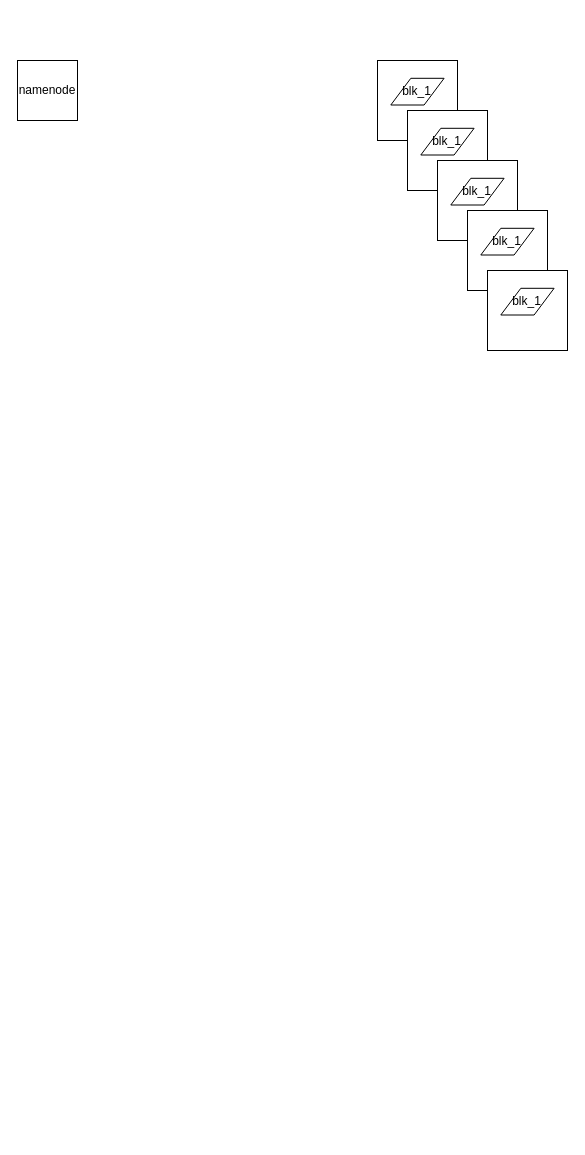
Earlier version of the draw.io diagram dir2/EC-blk-error.drawio (liangrui1988/diagrams). Source tidied: cells renumbered, new cells numbered last; positions are measured from the earlier drawing's top-left corner, leaving out a move shared by most shapes. Both pictures are drawn from the tidied source at 100%, with x=0, y=0 at pixel (17, 60).
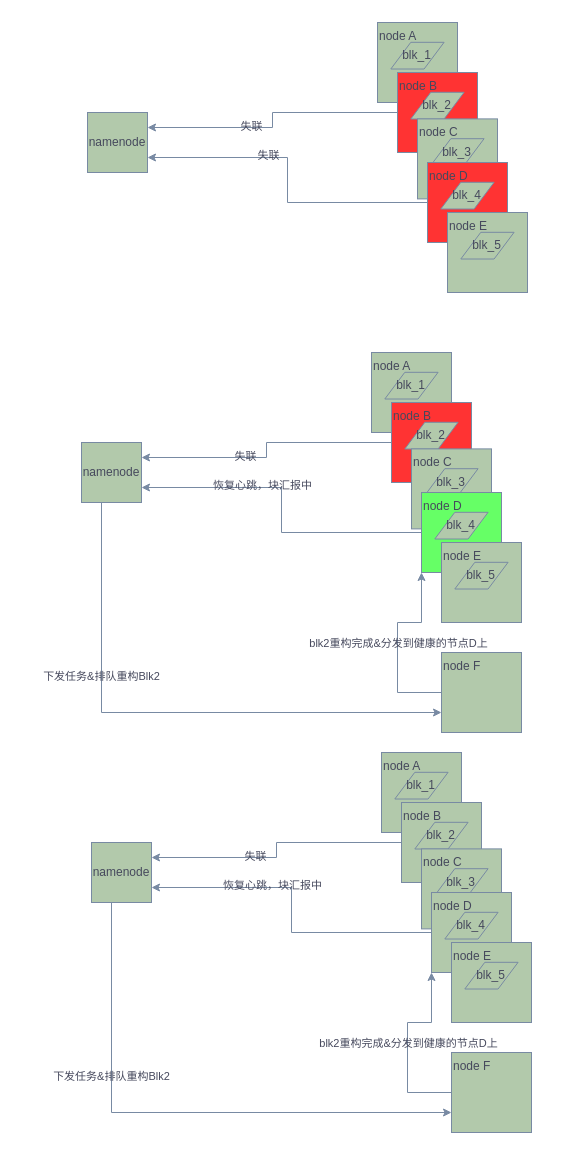
The same diagram, later.

What changed in the source:
```diff
@@
-    <mxCell id="2" style="group;" parent="1" vertex="1">
-      <mxGeometry x="360" width="80" height="80" as="geometry" />
+    <mxCell id="2" style="group;labelBackgroundColor=none;fontColor=#46495D;" parent="1" vertex="1">
+      <mxGeometry x="360" y="-38" width="80" height="80" as="geometry" />
     </mxCell>
-    <mxCell id="3" style="whiteSpace=wrap;html=1;" parent="2" vertex="1">
+    <mxCell id="3" value="&lt;p style=&quot;&quot;&gt;node A&lt;/p&gt;&lt;p style=&quot;&quot;&gt;&lt;br&gt;&lt;/p&gt;&lt;p style=&quot;&quot;&gt;&lt;br&gt;&lt;/p&gt;" style="whiteSpace=wrap;html=1;align=left;labelBackgroundColor=none;fillColor=#B2C9AB;strokeColor=#788AA3;fontColor=#46495D;" parent="2" vertex="1">
       <mxGeometry width="80" height="80" as="geometry" />
     </mxCell>
-    <mxCell id="4" value="blk_1" style="shape=parallelogram;perimeter=parallelogramPerimeter;whiteSpace=wrap;html=1;fixedSize=1;" parent="2" vertex="1">
-      <mxGeometry x="13.3" y="17.8" width="53.3" height="26.7" as="geometry" />
+    <mxCell id="4" value="blk_1" style="shape=parallelogram;perimeter=parallelogramPerimeter;whiteSpace=wrap;html=1;fixedSize=1;labelBackgroundColor=none;fillColor=#B2C9AB;strokeColor=#788AA3;fontColor=#46495D;" parent="2" vertex="1">
+      <mxGeometry x="13.3" y="19.8" width="53.3" height="26.7" as="geometry" />
     </mxCell>
-    <mxCell id="5" style="group;fillColor=#F85402;strokeColor=#b85450;" parent="1" vertex="1">
-      <mxGeometry x="390" y="50" width="80" height="80" as="geometry" />
-    </mxCell>
-    <mxCell id="6" style="whiteSpace=wrap;html=1;" parent="5" vertex="1">
-      <mxGeometry width="80" height="80" as="geometry" />
-    </mxCell>
-    <mxCell id="7" value="blk_1" style="shape=parallelogram;perimeter=parallelogramPerimeter;whiteSpace=wrap;html=1;fixedSize=1;" parent="5" vertex="1">
-      <mxGeometry x="13.3" y="17.8" width="53.3" height="26.7" as="geometry" />
-    </mxCell>
-    <mxCell id="8" style="group;" parent="1" vertex="1">
-      <mxGeometry x="420" y="100" width="80" height="80" as="geometry" />
-    </mxCell>
-    <mxCell id="9" style="whiteSpace=wrap;html=1;" parent="8" vertex="1">
-      <mxGeometry width="80" height="80" as="geometry" />
-    </mxCell>
-    <mxCell id="10" value="blk_1" style="shape=parallelogram;perimeter=parallelogramPerimeter;whiteSpace=wrap;html=1;fixedSize=1;" parent="8" vertex="1">
-      <mxGeometry x="13.3" y="17.8" width="53.3" height="26.7" as="geometry" />
-    </mxCell>
-    <mxCell id="11" style="group;" parent="1" vertex="1">
-      <mxGeometry x="450" y="150" width="80" height="80" as="geometry" />
-    </mxCell>
-    <mxCell id="12" style="whiteSpace=wrap;html=1;" parent="11" vertex="1">
-      <mxGeometry width="80" height="80" as="geometry" />
-    </mxCell>
-    <mxCell id="13" value="blk_1" style="shape=parallelogram;perimeter=parallelogramPerimeter;whiteSpace=wrap;html=1;fixedSize=1;" parent="11" vertex="1">
-      <mxGeometry x="13.3" y="17.8" width="53.3" height="26.7" as="geometry" />
-    </mxCell>
-    <mxCell id="14" style="group;" parent="1" vertex="1">
-      <mxGeometry x="470" y="210" width="80" height="80" as="geometry" />
-    </mxCell>
-    <mxCell id="15" style="whiteSpace=wrap;html=1;" parent="14" vertex="1">
-      <mxGeometry width="80" height="80" as="geometry" />
-    </mxCell>
-    <mxCell id="16" value="blk_1" style="shape=parallelogram;perimeter=parallelogramPerimeter;whiteSpace=wrap;html=1;fixedSize=1;" parent="14" vertex="1">
-      <mxGeometry x="13.3" y="17.8" width="53.3" height="26.7" as="geometry" />
-    </mxCell>
-    <mxCell id="17" value="namenode" style="whiteSpace=wrap;html=1;" parent="1" vertex="1">
-      <mxGeometry width="60" height="60" as="geometry" />
+    <mxCell id="17" value="namenode" style="whiteSpace=wrap;html=1;labelBackgroundColor=none;fillColor=#B2C9AB;strokeColor=#788AA3;fontColor=#46495D;" parent="1" vertex="1">
+      <mxGeometry x="70" y="52" width="60" height="60" as="geometry" />
     </mxCell>
+    <mxCell id="18" style="edgeStyle=orthogonalEdgeStyle;rounded=0;jettySize=auto;html=1;entryX=1;entryY=0.25;entryDx=0;entryDy=0;labelBackgroundColor=none;fontColor=default;strokeColor=#788AA3;" parent="1" edge="1" source="20" target="17">
+      <mxGeometry relative="1" as="geometry" />
+    </mxCell>
+    <mxCell id="19" value="失联" style="edgeLabel;html=1;align=center;verticalAlign=middle;labelBackgroundColor=none;fontColor=#46495D;" parent="18" vertex="1">
+      <mxGeometry x="0.22" y="-2" relative="1" as="geometry" />
+    </mxCell>
+    <mxCell id="20" value="&lt;p style=&quot;&quot;&gt;node B&lt;/p&gt;&lt;p style=&quot;&quot;&gt;&lt;br&gt;&lt;/p&gt;&lt;p style=&quot;&quot;&gt;&lt;br&gt;&lt;/p&gt;" style="whiteSpace=wrap;html=1;align=left;labelBackgroundColor=none;fillColor=#FF3333;strokeColor=#788AA3;fontColor=#46495D;" parent="1" vertex="1">
+      <mxGeometry x="380" y="12" width="80" height="80" as="geometry" />
+    </mxCell>
+    <mxCell id="21" value="blk_2" style="shape=parallelogram;perimeter=parallelogramPerimeter;whiteSpace=wrap;html=1;fixedSize=1;labelBackgroundColor=none;fillColor=#B2C9AB;strokeColor=#788AA3;fontColor=#46495D;" parent="1" vertex="1">
+      <mxGeometry x="393.3" y="31.8" width="53.3" height="26.7" as="geometry" />
+    </mxCell>
+    <mxCell id="22" style="group;labelBackgroundColor=none;fontColor=#46495D;" parent="1" vertex="1">
+      <mxGeometry x="400" y="58.4" width="80" height="80" as="geometry" />
+    </mxCell>
+    <mxCell id="23" value="&lt;p style=&quot;&quot;&gt;node C&lt;/p&gt;&lt;p style=&quot;&quot;&gt;&lt;br&gt;&lt;/p&gt;&lt;p style=&quot;&quot;&gt;&lt;br&gt;&lt;/p&gt;" style="whiteSpace=wrap;html=1;align=left;labelBackgroundColor=none;fillColor=#B2C9AB;strokeColor=#788AA3;fontColor=#46495D;" parent="22" vertex="1">
+      <mxGeometry width="80" height="80" as="geometry" />
+    </mxCell>
+    <mxCell id="24" value="blk_3" style="shape=parallelogram;perimeter=parallelogramPerimeter;whiteSpace=wrap;html=1;fixedSize=1;labelBackgroundColor=none;fillColor=#B2C9AB;strokeColor=#788AA3;fontColor=#46495D;" parent="22" vertex="1">
+      <mxGeometry x="13.3" y="19.8" width="53.3" height="26.7" as="geometry" />
+    </mxCell>
+    <mxCell id="25" style="group;labelBackgroundColor=none;fontColor=#46495D;" parent="1" vertex="1">
+      <mxGeometry x="410" y="102" width="80" height="80" as="geometry" />
+    </mxCell>
+    <mxCell id="26" value="&lt;p style=&quot;&quot;&gt;node D&lt;/p&gt;&lt;p style=&quot;&quot;&gt;&lt;br&gt;&lt;/p&gt;&lt;p style=&quot;&quot;&gt;&lt;br&gt;&lt;/p&gt;" style="whiteSpace=wrap;html=1;align=left;labelBackgroundColor=none;fillColor=#FF3333;strokeColor=#788AA3;fontColor=#46495D;" parent="25" vertex="1">
+      <mxGeometry width="80" height="80" as="geometry" />
+    </mxCell>
+    <mxCell id="27" value="blk_4" style="shape=parallelogram;perimeter=parallelogramPerimeter;whiteSpace=wrap;html=1;fixedSize=1;labelBackgroundColor=none;fillColor=#B2C9AB;strokeColor=#788AA3;fontColor=#46495D;" parent="25" vertex="1">
+      <mxGeometry x="13.3" y="19.8" width="53.3" height="26.7" as="geometry" />
+    </mxCell>
+    <mxCell id="28" style="group;labelBackgroundColor=none;fontColor=#46495D;" parent="1" vertex="1">
+      <mxGeometry x="430" y="152" width="80" height="80" as="geometry" />
+    </mxCell>
+    <mxCell id="29" value="&lt;p style=&quot;&quot;&gt;node E&lt;/p&gt;&lt;p style=&quot;&quot;&gt;&lt;br&gt;&lt;/p&gt;&lt;p style=&quot;&quot;&gt;&lt;br&gt;&lt;/p&gt;" style="whiteSpace=wrap;html=1;align=left;labelBackgroundColor=none;fillColor=#B2C9AB;strokeColor=#788AA3;fontColor=#46495D;" parent="28" vertex="1">
+      <mxGeometry width="80" height="80" as="geometry" />
+    </mxCell>
+    <mxCell id="30" value="blk_5" style="shape=parallelogram;perimeter=parallelogramPerimeter;whiteSpace=wrap;html=1;fixedSize=1;labelBackgroundColor=none;fillColor=#B2C9AB;strokeColor=#788AA3;fontColor=#46495D;" parent="28" vertex="1">
+      <mxGeometry x="13.3" y="19.8" width="53.3" height="26.7" as="geometry" />
+    </mxCell>
+    <mxCell id="31" style="edgeStyle=orthogonalEdgeStyle;rounded=0;jettySize=auto;html=1;entryX=1;entryY=0.75;entryDx=0;entryDy=0;labelBackgroundColor=none;fontColor=default;strokeColor=#788AA3;" parent="1" edge="1" source="26" target="17">
+      <mxGeometry relative="1" as="geometry" />
+    </mxCell>
+    <mxCell id="32" value="失联" style="edgeLabel;html=1;align=center;verticalAlign=middle;labelBackgroundColor=none;fontColor=#46495D;" parent="31" vertex="1">
+      <mxGeometry x="0.26" y="-3" relative="1" as="geometry" />
+    </mxCell>
+    <mxCell id="33" style="group;labelBackgroundColor=none;fontColor=#46495D;" parent="1" vertex="1">
+      <mxGeometry x="354" y="292" width="80" height="80" as="geometry" />
+    </mxCell>
+    <mxCell id="34" value="&lt;p style=&quot;&quot;&gt;node A&lt;/p&gt;&lt;p style=&quot;&quot;&gt;&lt;br&gt;&lt;/p&gt;&lt;p style=&quot;&quot;&gt;&lt;br&gt;&lt;/p&gt;" style="whiteSpace=wrap;html=1;align=left;labelBackgroundColor=none;fillColor=#B2C9AB;strokeColor=#788AA3;fontColor=#46495D;" parent="33" vertex="1">
+      <mxGeometry width="80" height="80" as="geometry" />
+    </mxCell>
+    <mxCell id="35" value="blk_1" style="shape=parallelogram;perimeter=parallelogramPerimeter;whiteSpace=wrap;html=1;fixedSize=1;labelBackgroundColor=none;fillColor=#B2C9AB;strokeColor=#788AA3;fontColor=#46495D;" parent="33" vertex="1">
+      <mxGeometry x="13.3" y="19.8" width="53.3" height="26.7" as="geometry" />
+    </mxCell>
+    <mxCell id="36" style="edgeStyle=orthogonalEdgeStyle;rounded=0;jettySize=auto;html=1;entryX=0;entryY=0.75;entryDx=0;entryDy=0;labelBackgroundColor=none;fontColor=default;strokeColor=#788AA3;" parent="1" edge="1" source="38" target="55">
+      <mxGeometry relative="1" as="geometry">
+        <Array as="points">
+          <mxPoint x="84" y="652" />
+        </Array>
+      </mxGeometry>
+    </mxCell>
+    <mxCell id="37" value="下发任务&amp;amp;排队重构Blk2" style="edgeLabel;html=1;align=center;verticalAlign=middle;labelBackgroundColor=none;fontColor=#46495D;" parent="36" vertex="1">
+      <mxGeometry x="-0.37" y="-1" relative="1" as="geometry" />
+    </mxCell>
+    <mxCell id="38" value="namenode" style="whiteSpace=wrap;html=1;labelBackgroundColor=none;fillColor=#B2C9AB;strokeColor=#788AA3;fontColor=#46495D;" parent="1" vertex="1">
+      <mxGeometry x="64" y="382" width="60" height="60" as="geometry" />
+    </mxCell>
+    <mxCell id="39" style="edgeStyle=orthogonalEdgeStyle;rounded=0;jettySize=auto;html=1;entryX=1;entryY=0.25;entryDx=0;entryDy=0;labelBackgroundColor=none;fontColor=default;strokeColor=#788AA3;" parent="1" edge="1" source="41" target="38">
+      <mxGeometry relative="1" as="geometry" />
+    </mxCell>
+    <mxCell id="40" value="失联" style="edgeLabel;html=1;align=center;verticalAlign=middle;labelBackgroundColor=none;fontColor=#46495D;" parent="39" vertex="1">
+      <mxGeometry x="0.22" y="-2" relative="1" as="geometry" />
+    </mxCell>
+    <mxCell id="41" value="&lt;p style=&quot;&quot;&gt;node B&lt;/p&gt;&lt;p style=&quot;&quot;&gt;&lt;br&gt;&lt;/p&gt;&lt;p style=&quot;&quot;&gt;&lt;br&gt;&lt;/p&gt;" style="whiteSpace=wrap;html=1;align=left;labelBackgroundColor=none;fillColor=#FF3333;strokeColor=#788AA3;fontColor=#46495D;" parent="1" vertex="1">
+      <mxGeometry x="374" y="342" width="80" height="80" as="geometry" />
+    </mxCell>
+    <mxCell id="42" value="blk_2" style="shape=parallelogram;perimeter=parallelogramPerimeter;whiteSpace=wrap;html=1;fixedSize=1;labelBackgroundColor=none;fillColor=#B2C9AB;strokeColor=#788AA3;fontColor=#46495D;" parent="1" vertex="1">
+      <mxGeometry x="387.3" y="361.8" width="53.3" height="26.7" as="geometry" />
+    </mxCell>
+    <mxCell id="43" style="group;labelBackgroundColor=none;fontColor=#46495D;" parent="1" vertex="1">
+      <mxGeometry x="394" y="388.4" width="80" height="80" as="geometry" />
+    </mxCell>
+    <mxCell id="44" value="&lt;p style=&quot;&quot;&gt;node C&lt;/p&gt;&lt;p style=&quot;&quot;&gt;&lt;br&gt;&lt;/p&gt;&lt;p style=&quot;&quot;&gt;&lt;br&gt;&lt;/p&gt;" style="whiteSpace=wrap;html=1;align=left;labelBackgroundColor=none;fillColor=#B2C9AB;strokeColor=#788AA3;fontColor=#46495D;" parent="43" vertex="1">
+      <mxGeometry width="80" height="80" as="geometry" />
+    </mxCell>
+    <mxCell id="45" value="blk_3" style="shape=parallelogram;perimeter=parallelogramPerimeter;whiteSpace=wrap;html=1;fixedSize=1;labelBackgroundColor=none;fillColor=#B2C9AB;strokeColor=#788AA3;fontColor=#46495D;" parent="43" vertex="1">
+      <mxGeometry x="13.3" y="19.8" width="53.3" height="26.7" as="geometry" />
+    </mxCell>
+    <mxCell id="46" style="group;labelBackgroundColor=none;fontColor=#46495D;" parent="1" vertex="1">
+      <mxGeometry x="404" y="432" width="80" height="80" as="geometry" />
+    </mxCell>
+    <mxCell id="47" value="&lt;p style=&quot;&quot;&gt;node D&lt;/p&gt;&lt;p style=&quot;&quot;&gt;&lt;br&gt;&lt;/p&gt;&lt;p style=&quot;&quot;&gt;&lt;br&gt;&lt;/p&gt;" style="whiteSpace=wrap;html=1;align=left;labelBackgroundColor=none;fillColor=#66FF66;strokeColor=#788AA3;fontColor=#46495D;" parent="46" vertex="1">
+      <mxGeometry width="80" height="80" as="geometry" />
+    </mxCell>
+    <mxCell id="48" value="blk_4" style="shape=parallelogram;perimeter=parallelogramPerimeter;whiteSpace=wrap;html=1;fixedSize=1;labelBackgroundColor=none;fillColor=#B2C9AB;strokeColor=#788AA3;fontColor=#46495D;" parent="46" vertex="1">
+      <mxGeometry x="13.3" y="19.8" width="53.3" height="26.7" as="geometry" />
+    </mxCell>
+    <mxCell id="49" style="edgeStyle=orthogonalEdgeStyle;rounded=0;jettySize=auto;html=1;entryX=1;entryY=0.75;entryDx=0;entryDy=0;labelBackgroundColor=none;fontColor=default;strokeColor=#788AA3;" parent="1" edge="1" source="47" target="38">
+      <mxGeometry relative="1" as="geometry" />
+    </mxCell>
+    <mxCell id="50" value="恢复心跳，块汇报中" style="edgeLabel;html=1;align=center;verticalAlign=middle;labelBackgroundColor=none;fontColor=#46495D;" parent="49" vertex="1">
+      <mxGeometry x="0.26" y="-3" relative="1" as="geometry" />
+    </mxCell>
+    <mxCell id="51" value="&lt;p style=&quot;&quot;&gt;node E&lt;/p&gt;&lt;p style=&quot;&quot;&gt;&lt;br&gt;&lt;/p&gt;&lt;p style=&quot;&quot;&gt;&lt;br&gt;&lt;/p&gt;" style="whiteSpace=wrap;html=1;align=left;labelBackgroundColor=none;fillColor=#B2C9AB;strokeColor=#788AA3;fontColor=#46495D;" parent="1" vertex="1">
+      <mxGeometry x="424" y="482" width="80" height="80" as="geometry" />
+    </mxCell>
+    <mxCell id="52" value="blk_5" style="shape=parallelogram;perimeter=parallelogramPerimeter;whiteSpace=wrap;html=1;fixedSize=1;labelBackgroundColor=none;fillColor=#B2C9AB;strokeColor=#788AA3;fontColor=#46495D;" parent="1" vertex="1">
+      <mxGeometry x="437.3" y="501.8" width="53.3" height="26.7" as="geometry" />
+    </mxCell>
+    <mxCell id="53" style="edgeStyle=orthogonalEdgeStyle;rounded=0;jettySize=auto;html=1;entryX=0;entryY=1;entryDx=0;entryDy=0;labelBackgroundColor=none;fontColor=default;strokeColor=#788AA3;" parent="1" edge="1" source="55" target="47">
+      <mxGeometry relative="1" as="geometry">
+        <Array as="points">
+          <mxPoint x="380" y="632" />
+          <mxPoint x="380" y="562" />
+          <mxPoint x="404" y="562" />
+        </Array>
+      </mxGeometry>
+    </mxCell>
+    <mxCell id="54" value="blk2重构完成&amp;amp;分发到健康的节点D上" style="edgeLabel;html=1;align=center;verticalAlign=middle;labelBackgroundColor=none;fontColor=#46495D;" parent="53" vertex="1">
+      <mxGeometry x="0.13" y="4" relative="1" as="geometry">
+        <mxPoint x="4" y="12" as="offset" />
+      </mxGeometry>
+    </mxCell>
+    <mxCell id="55" value="&lt;p style=&quot;&quot;&gt;node&amp;nbsp;F&lt;/p&gt;&lt;p style=&quot;&quot;&gt;&lt;br&gt;&lt;/p&gt;&lt;p style=&quot;&quot;&gt;&lt;br&gt;&lt;/p&gt;" style="whiteSpace=wrap;html=1;align=left;labelBackgroundColor=none;fillColor=#B2C9AB;strokeColor=#788AA3;fontColor=#46495D;" parent="1" vertex="1">
+      <mxGeometry x="424" y="592" width="80" height="80" as="geometry" />
+    </mxCell>
+    <mxCell id="56" style="group;labelBackgroundColor=none;fontColor=#46495D;" parent="1" vertex="1">
+      <mxGeometry x="364" y="692" width="80" height="80" as="geometry" />
+    </mxCell>
+    <mxCell id="57" value="&lt;p style=&quot;&quot;&gt;node A&lt;/p&gt;&lt;p style=&quot;&quot;&gt;&lt;br&gt;&lt;/p&gt;&lt;p style=&quot;&quot;&gt;&lt;br&gt;&lt;/p&gt;" style="whiteSpace=wrap;html=1;align=left;labelBackgroundColor=none;fillColor=#B2C9AB;strokeColor=#788AA3;fontColor=#46495D;" parent="56" vertex="1">
+      <mxGeometry width="80" height="80" as="geometry" />
+    </mxCell>
+    <mxCell id="58" value="blk_1" style="shape=parallelogram;perimeter=parallelogramPerimeter;whiteSpace=wrap;html=1;fixedSize=1;labelBackgroundColor=none;fillColor=#B2C9AB;strokeColor=#788AA3;fontColor=#46495D;" parent="56" vertex="1">
+      <mxGeometry x="13.3" y="19.8" width="53.3" height="26.7" as="geometry" />
+    </mxCell>
+    <mxCell id="59" style="edgeStyle=orthogonalEdgeStyle;rounded=0;jettySize=auto;html=1;entryX=0;entryY=0.75;entryDx=0;entryDy=0;labelBackgroundColor=none;fontColor=default;strokeColor=#788AA3;" parent="1" edge="1" source="61" target="78">
+      <mxGeometry relative="1" as="geometry">
+        <Array as="points">
+          <mxPoint x="94" y="1052" />
+        </Array>
+      </mxGeometry>
+    </mxCell>
+    <mxCell id="60" value="下发任务&amp;amp;排队重构Blk2" style="edgeLabel;html=1;align=center;verticalAlign=middle;labelBackgroundColor=none;fontColor=#46495D;" parent="59" vertex="1">
+      <mxGeometry x="-0.37" y="-1" relative="1" as="geometry" />
+    </mxCell>
+    <mxCell id="61" value="namenode" style="whiteSpace=wrap;html=1;labelBackgroundColor=none;fillColor=#B2C9AB;strokeColor=#788AA3;fontColor=#46495D;" parent="1" vertex="1">
+      <mxGeometry x="74" y="782" width="60" height="60" as="geometry" />
+    </mxCell>
+    <mxCell id="62" style="edgeStyle=orthogonalEdgeStyle;rounded=0;jettySize=auto;html=1;entryX=1;entryY=0.25;entryDx=0;entryDy=0;labelBackgroundColor=none;fontColor=default;strokeColor=#788AA3;" parent="1" edge="1" source="64" target="61">
+      <mxGeometry relative="1" as="geometry" />
+    </mxCell>
+    <mxCell id="63" value="失联" style="edgeLabel;html=1;align=center;verticalAlign=middle;labelBackgroundColor=none;fontColor=#46495D;" parent="62" vertex="1">
+      <mxGeometry x="0.22" y="-2" relative="1" as="geometry" />
+    </mxCell>
+    <mxCell id="64" value="&lt;p style=&quot;&quot;&gt;node B&lt;/p&gt;&lt;p style=&quot;&quot;&gt;&lt;br&gt;&lt;/p&gt;&lt;p style=&quot;&quot;&gt;&lt;br&gt;&lt;/p&gt;" style="whiteSpace=wrap;html=1;align=left;labelBackgroundColor=none;fillColor=#B2C9AB;strokeColor=#788AA3;fontColor=#46495D;" parent="1" vertex="1">
+      <mxGeometry x="384" y="742" width="80" height="80" as="geometry" />
+    </mxCell>
+    <mxCell id="65" value="blk_2" style="shape=parallelogram;perimeter=parallelogramPerimeter;whiteSpace=wrap;html=1;fixedSize=1;labelBackgroundColor=none;fillColor=#B2C9AB;strokeColor=#788AA3;fontColor=#46495D;" parent="1" vertex="1">
+      <mxGeometry x="397.3" y="761.8" width="53.3" height="26.7" as="geometry" />
+    </mxCell>
+    <mxCell id="66" style="group;labelBackgroundColor=none;fontColor=#46495D;" parent="1" vertex="1">
+      <mxGeometry x="404" y="788.4" width="80" height="80" as="geometry" />
+    </mxCell>
+    <mxCell id="67" value="&lt;p style=&quot;&quot;&gt;node C&lt;/p&gt;&lt;p style=&quot;&quot;&gt;&lt;br&gt;&lt;/p&gt;&lt;p style=&quot;&quot;&gt;&lt;br&gt;&lt;/p&gt;" style="whiteSpace=wrap;html=1;align=left;labelBackgroundColor=none;fillColor=#B2C9AB;strokeColor=#788AA3;fontColor=#46495D;" parent="66" vertex="1">
+      <mxGeometry width="80" height="80" as="geometry" />
+    </mxCell>
+    <mxCell id="68" value="blk_3" style="shape=parallelogram;perimeter=parallelogramPerimeter;whiteSpace=wrap;html=1;fixedSize=1;labelBackgroundColor=none;fillColor=#B2C9AB;strokeColor=#788AA3;fontColor=#46495D;" parent="66" vertex="1">
+      <mxGeometry x="13.3" y="19.8" width="53.3" height="26.7" as="geometry" />
+    </mxCell>
+    <mxCell id="69" style="group;labelBackgroundColor=none;fontColor=#46495D;" parent="1" vertex="1">
+      <mxGeometry x="414" y="832" width="80" height="80" as="geometry" />
+    </mxCell>
+    <mxCell id="70" value="&lt;p style=&quot;&quot;&gt;node D&lt;/p&gt;&lt;p style=&quot;&quot;&gt;&lt;br&gt;&lt;/p&gt;&lt;p style=&quot;&quot;&gt;&lt;br&gt;&lt;/p&gt;" style="whiteSpace=wrap;html=1;align=left;labelBackgroundColor=none;fillColor=#B2C9AB;strokeColor=#788AA3;fontColor=#46495D;" parent="69" vertex="1">
+      <mxGeometry width="80" height="80" as="geometry" />
+    </mxCell>
+    <mxCell id="71" value="blk_4" style="shape=parallelogram;perimeter=parallelogramPerimeter;whiteSpace=wrap;html=1;fixedSize=1;labelBackgroundColor=none;fillColor=#B2C9AB;strokeColor=#788AA3;fontColor=#46495D;" parent="69" vertex="1">
+      <mxGeometry x="13.3" y="19.8" width="53.3" height="26.7" as="geometry" />
+    </mxCell>
+    <mxCell id="72" style="edgeStyle=orthogonalEdgeStyle;rounded=0;jettySize=auto;html=1;entryX=1;entryY=0.75;entryDx=0;entryDy=0;labelBackgroundColor=none;fontColor=default;strokeColor=#788AA3;" parent="1" edge="1" source="70" target="61">
+      <mxGeometry relative="1" as="geometry" />
+    </mxCell>
+    <mxCell id="73" value="恢复心跳，块汇报中" style="edgeLabel;html=1;align=center;verticalAlign=middle;labelBackgroundColor=none;fontColor=#46495D;" parent="72" vertex="1">
+      <mxGeometry x="0.26" y="-3" relative="1" as="geometry" />
+    </mxCell>
+    <mxCell id="74" value="&lt;p style=&quot;&quot;&gt;node E&lt;/p&gt;&lt;p style=&quot;&quot;&gt;&lt;br&gt;&lt;/p&gt;&lt;p style=&quot;&quot;&gt;&lt;br&gt;&lt;/p&gt;" style="whiteSpace=wrap;html=1;align=left;labelBackgroundColor=none;fillColor=#B2C9AB;strokeColor=#788AA3;fontColor=#46495D;" parent="1" vertex="1">
+      <mxGeometry x="434" y="882" width="80" height="80" as="geometry" />
+    </mxCell>
+    <mxCell id="75" value="blk_5" style="shape=parallelogram;perimeter=parallelogramPerimeter;whiteSpace=wrap;html=1;fixedSize=1;labelBackgroundColor=none;fillColor=#B2C9AB;strokeColor=#788AA3;fontColor=#46495D;" parent="1" vertex="1">
+      <mxGeometry x="447.3" y="901.8" width="53.3" height="26.7" as="geometry" />
+    </mxCell>
+    <mxCell id="76" style="edgeStyle=orthogonalEdgeStyle;rounded=0;jettySize=auto;html=1;entryX=0;entryY=1;entryDx=0;entryDy=0;labelBackgroundColor=none;fontColor=default;strokeColor=#788AA3;" parent="1" edge="1" source="78" target="70">
+      <mxGeometry relative="1" as="geometry">
+        <Array as="points">
+          <mxPoint x="390" y="1032" />
+          <mxPoint x="390" y="962" />
+          <mxPoint x="414" y="962" />
+        </Array>
+      </mxGeometry>
+    </mxCell>
+    <mxCell id="77" value="blk2重构完成&amp;amp;分发到健康的节点D上" style="edgeLabel;html=1;align=center;verticalAlign=middle;labelBackgroundColor=none;fontColor=#46495D;" parent="76" vertex="1">
+      <mxGeometry x="0.13" y="4" relative="1" as="geometry">
+        <mxPoint x="4" y="12" as="offset" />
+      </mxGeometry>
+    </mxCell>
+    <mxCell id="78" value="&lt;p style=&quot;&quot;&gt;node&amp;nbsp;F&lt;/p&gt;&lt;p style=&quot;&quot;&gt;&lt;br&gt;&lt;/p&gt;&lt;p style=&quot;&quot;&gt;&lt;br&gt;&lt;/p&gt;" style="whiteSpace=wrap;html=1;align=left;labelBackgroundColor=none;fillColor=#B2C9AB;strokeColor=#788AA3;fontColor=#46495D;" parent="1" vertex="1">
+      <mxGeometry x="434" y="992" width="80" height="80" as="geometry" />
+    </mxCell>
```
